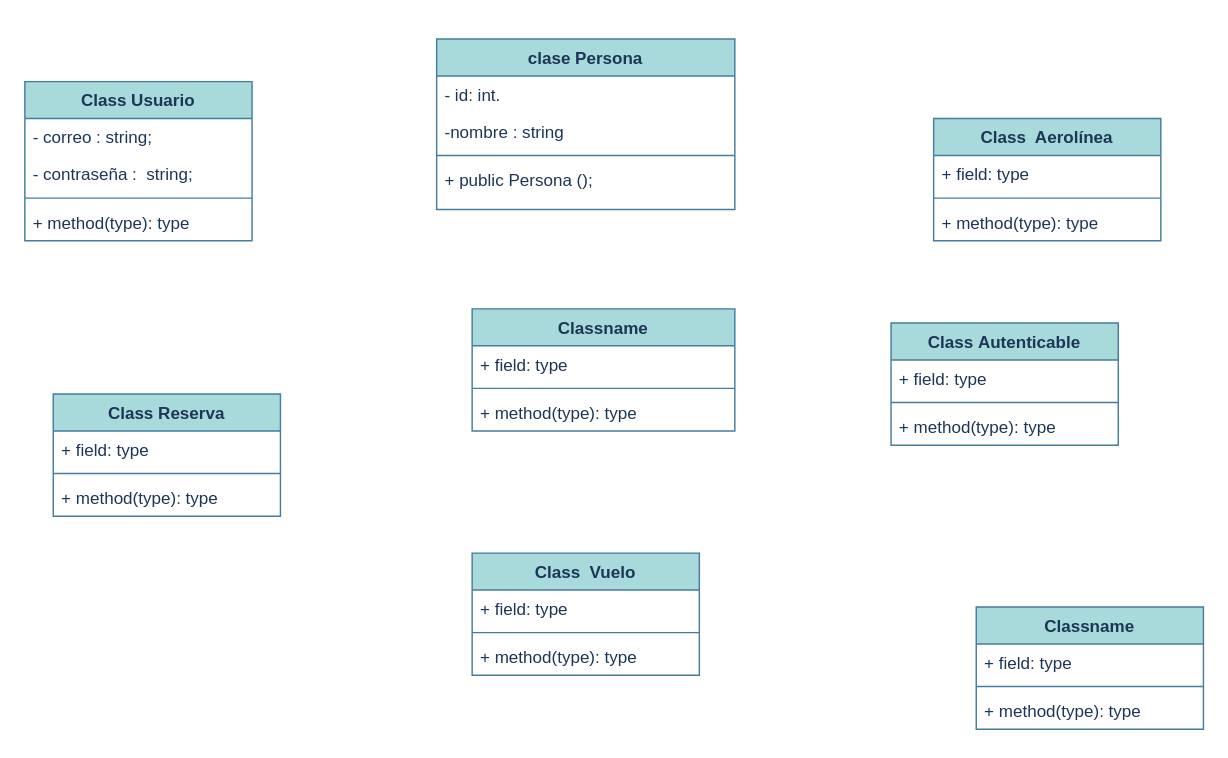
Above: src/Diagrama sin título.drawio in Mariayey12/EJERCICIOWORKSHOPPROGRAMACIONORIENTADA-OBJECTOS (draw.io), before the change. Source tidied: cells renumbered, new cells numbered last; positions are measured from the earlier drawing's top-left corner, leaving out a move shared by most shapes. Both pictures are drawn from the tidied source at 142%, with x=0, y=0 at pixel (24, 38).
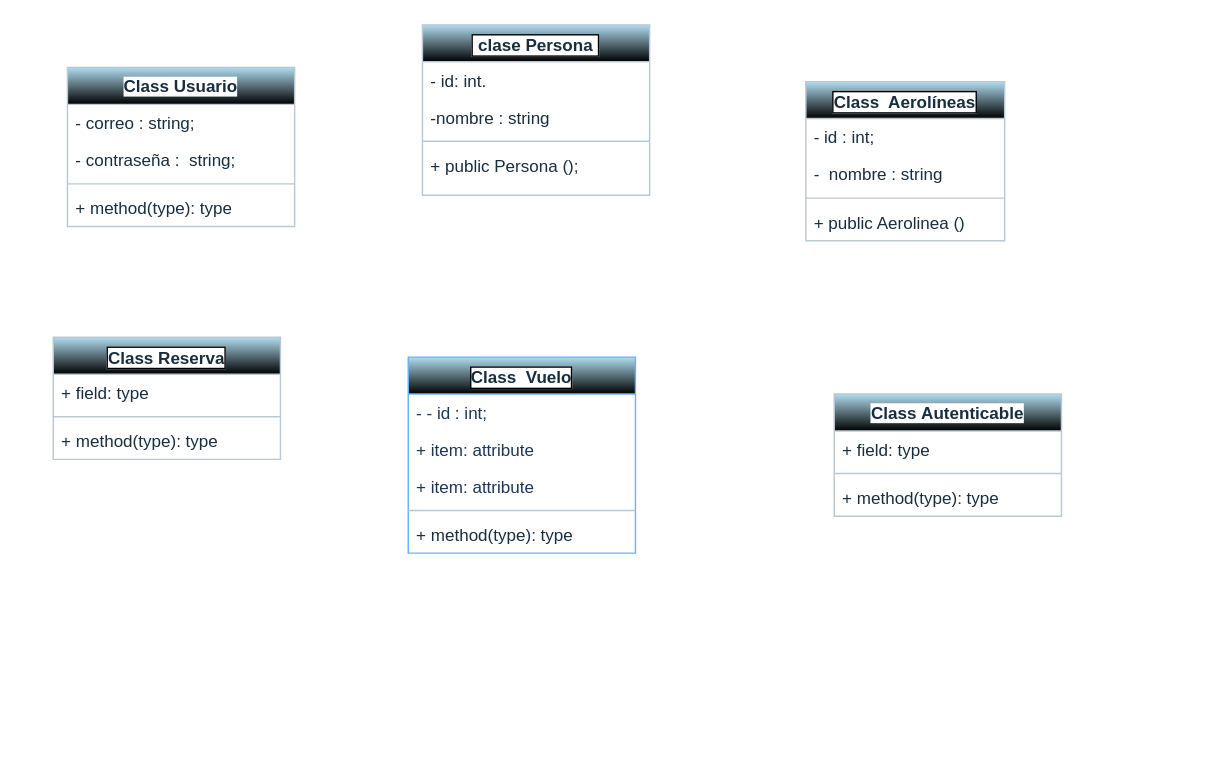
After the change.

Change to the diagram source:
```diff
@@
-<mxGraphModel background="#ffffff">
+<mxGraphModel>
@@
-    <mxCell id="2" value="&amp;nbsp;clase Persona&amp;nbsp;" style="swimlane;fontStyle=1;align=center;verticalAlign=top;horizontal=1;startSize=26;whiteSpace=wrap;html=1;labelBackgroundColor=none;fillColor=#A8DADC;strokeColor=#457B9D;fontColor=#1D3557;" parent="1" vertex="1">
-      <mxGeometry x="290" width="210" height="120" as="geometry" />
+    <mxCell id="2" value="&amp;nbsp;clase Persona&amp;nbsp;" style="swimlane;fontStyle=1;align=center;verticalAlign=top;horizontal=1;startSize=26;labelBackgroundColor=default;fillColor=#B1DDF0;strokeColor=#BAC8D3;fontColor=#182E3E;html=1;whiteSpace=wrap;labelBorderColor=default;gradientColor=default;" parent="1" vertex="1">
+      <mxGeometry x="280" y="-10" width="160" height="120" as="geometry" />
     </mxCell>
-    <mxCell id="3" value="- id: int." style="text;strokeColor=none;fillColor=none;align=left;verticalAlign=top;spacingLeft=4;spacingRight=4;overflow=hidden;whiteSpace=wrap;html=1;labelBackgroundColor=none;fontColor=#1D3557;" parent="2" vertex="1">
-      <mxGeometry y="26" width="210" height="26" as="geometry" />
+    <mxCell id="3" value="- id: int." style="text;strokeColor=none;fillColor=none;align=left;verticalAlign=top;spacingLeft=4;spacingRight=4;overflow=hidden;whiteSpace=wrap;html=1;labelBackgroundColor=none;fontColor=#182E3E;" parent="2" vertex="1">
+      <mxGeometry y="26" width="160" height="26" as="geometry" />
     </mxCell>
-    <mxCell id="4" value="-nombre :&amp;nbsp;string" style="text;strokeColor=none;fillColor=none;align=left;verticalAlign=top;spacingLeft=4;spacingRight=4;overflow=hidden;whiteSpace=wrap;html=1;labelBackgroundColor=none;fontColor=#1D3557;" parent="2" vertex="1">
-      <mxGeometry y="52" width="210" height="26" as="geometry" />
+    <mxCell id="4" value="-nombre :&amp;nbsp;string" style="text;strokeColor=none;fillColor=none;align=left;verticalAlign=top;spacingLeft=4;spacingRight=4;overflow=hidden;whiteSpace=wrap;html=1;labelBackgroundColor=none;fontColor=#182E3E;" parent="2" vertex="1">
+      <mxGeometry y="52" width="160" height="26" as="geometry" />
     </mxCell>
-    <mxCell id="5" style="line;strokeWidth=1;fillColor=none;align=left;verticalAlign=middle;spacingTop=-1;spacingLeft=3;spacingRight=3;labelPosition=right;strokeColor=#457B9D;labelBackgroundColor=none;fontColor=#1D3557;" parent="2" vertex="1">
-      <mxGeometry y="78" width="210" height="8" as="geometry" />
+    <mxCell id="5" style="line;strokeWidth=1;fillColor=none;align=left;verticalAlign=middle;spacingTop=-1;spacingLeft=3;spacingRight=3;labelPosition=right;strokeColor=#BAC8D3;labelBackgroundColor=none;fontColor=#182E3E;" parent="2" vertex="1">
+      <mxGeometry y="78" width="160" height="8" as="geometry" />
     </mxCell>
-    <mxCell id="6" value="+ public Persona ();&amp;nbsp;&amp;nbsp;" style="text;strokeColor=none;fillColor=none;align=left;verticalAlign=top;spacingLeft=4;spacingRight=4;overflow=hidden;whiteSpace=wrap;html=1;labelBackgroundColor=none;fontColor=#1D3557;" parent="2" vertex="1">
-      <mxGeometry y="86" width="210" height="34" as="geometry" />
+    <mxCell id="6" value="+ public Persona ();&amp;nbsp;&amp;nbsp;" style="text;strokeColor=none;fillColor=none;align=left;verticalAlign=top;spacingLeft=4;spacingRight=4;overflow=hidden;whiteSpace=wrap;html=1;labelBackgroundColor=none;fontColor=#182E3E;" parent="2" vertex="1">
+      <mxGeometry y="86" width="160" height="34" as="geometry" />
     </mxCell>
-    <mxCell id="7" value="Class&amp;nbsp;Usuario " style="swimlane;fontStyle=1;align=center;verticalAlign=top;horizontal=1;startSize=26;whiteSpace=wrap;html=1;strokeColor=#457B9D;fontColor=#1D3557;fillColor=#A8DADC;labelBackgroundColor=none;" parent="1" vertex="1">
-      <mxGeometry y="30" width="160" height="112" as="geometry" />
+    <mxCell id="7" value="Class&amp;nbsp;Usuario " style="swimlane;fontStyle=1;align=center;verticalAlign=top;horizontal=1;startSize=26;whiteSpace=wrap;html=1;strokeColor=#BAC8D3;fontColor=#182E3E;fillColor=#B1DDF0;labelBackgroundColor=default;gradientColor=default;" parent="1" vertex="1">
+      <mxGeometry x="30" y="20" width="160" height="112" as="geometry" />
     </mxCell>
-    <mxCell id="8" value="- correo : string;" style="text;strokeColor=none;fillColor=none;align=left;verticalAlign=top;spacingLeft=4;spacingRight=4;overflow=hidden;whiteSpace=wrap;html=1;fontColor=#1D3557;labelBackgroundColor=none;" parent="7" vertex="1">
+    <mxCell id="8" value="- correo : string;" style="text;strokeColor=none;fillColor=none;align=left;verticalAlign=top;spacingLeft=4;spacingRight=4;overflow=hidden;whiteSpace=wrap;html=1;fontColor=#182E3E;labelBackgroundColor=none;" parent="7" vertex="1">
       <mxGeometry y="26" width="160" height="26" as="geometry" />
     </mxCell>
-    <mxCell id="9" value="- contraseña :&amp;nbsp; string;" style="text;strokeColor=none;fillColor=none;align=left;verticalAlign=top;spacingLeft=4;spacingRight=4;overflow=hidden;whiteSpace=wrap;html=1;fontColor=#1D3557;" parent="7" vertex="1">
+    <mxCell id="9" value="- contraseña :&amp;nbsp; string;" style="text;strokeColor=none;fillColor=none;align=left;verticalAlign=top;spacingLeft=4;spacingRight=4;overflow=hidden;whiteSpace=wrap;html=1;fontColor=#182E3E;labelBackgroundColor=none;" parent="7" vertex="1">
       <mxGeometry y="52" width="160" height="26" as="geometry" />
     </mxCell>
-    <mxCell id="10" style="line;strokeWidth=1;fillColor=none;align=left;verticalAlign=middle;spacingTop=-1;spacingLeft=3;spacingRight=3;labelPosition=right;strokeColor=#457B9D;fontColor=#1D3557;labelBackgroundColor=none;" parent="7" vertex="1">
+    <mxCell id="10" style="line;strokeWidth=1;fillColor=none;align=left;verticalAlign=middle;spacingTop=-1;spacingLeft=3;spacingRight=3;labelPosition=right;strokeColor=#BAC8D3;fontColor=#182E3E;labelBackgroundColor=none;" parent="7" vertex="1">
       <mxGeometry y="78" width="160" height="8" as="geometry" />
     </mxCell>
-    <mxCell id="11" value="+ method(type): type" style="text;strokeColor=none;fillColor=none;align=left;verticalAlign=top;spacingLeft=4;spacingRight=4;overflow=hidden;whiteSpace=wrap;html=1;fontColor=#1D3557;labelBackgroundColor=none;" parent="7" vertex="1">
+    <mxCell id="11" value="+ method(type): type" style="text;strokeColor=none;fillColor=none;align=left;verticalAlign=top;spacingLeft=4;spacingRight=4;overflow=hidden;whiteSpace=wrap;html=1;fontColor=#182E3E;labelBackgroundColor=none;" parent="7" vertex="1">
       <mxGeometry y="86" width="160" height="26" as="geometry" />
     </mxCell>
-    <mxCell id="12" value="Class&amp;nbsp; Vuelo " style="swimlane;fontStyle=1;align=center;verticalAlign=top;horizontal=1;startSize=26;whiteSpace=wrap;html=1;strokeColor=#457B9D;fontColor=#1D3557;fillColor=#A8DADC;labelBackgroundColor=none;" parent="1" vertex="1">
-      <mxGeometry x="315" y="362" width="160" height="86" as="geometry" />
+    <mxCell id="12" value="Class&amp;nbsp; Vuelo " style="swimlane;fontStyle=1;align=center;verticalAlign=top;horizontal=1;startSize=26;whiteSpace=wrap;html=1;strokeColor=#66B2FF;fontColor=#182E3E;fillColor=#B1DDF0;labelBackgroundColor=default;labelBorderColor=default;gradientColor=default;" parent="1" vertex="1">
+      <mxGeometry x="270" y="224" width="160" height="138" as="geometry" />
     </mxCell>
-    <mxCell id="13" value="+ field: type" style="text;strokeColor=none;fillColor=none;align=left;verticalAlign=top;spacingLeft=4;spacingRight=4;overflow=hidden;whiteSpace=wrap;html=1;fontColor=#1D3557;labelBackgroundColor=none;" parent="12" vertex="1">
-      <mxGeometry y="26" width="160" height="26" as="geometry" />
-    </mxCell>
+    <mxCell id="36" value="-&amp;nbsp;- id : int;" style="text;strokeColor=none;fillColor=none;align=left;verticalAlign=top;spacingLeft=4;spacingRight=4;overflow=hidden;whiteSpace=wrap;html=1;fontColor=#1D3557;" parent="12" vertex="1">
+      <mxGeometry y="26" width="160" height="26" as="geometry" />
+    </mxCell>
+    <mxCell id="37" value="+ item: attribute" style="text;strokeColor=none;fillColor=none;align=left;verticalAlign=top;spacingLeft=4;spacingRight=4;overflow=hidden;whiteSpace=wrap;html=1;fontColor=#1D3557;" parent="12" vertex="1">
+      <mxGeometry y="52" width="160" height="26" as="geometry" />
+    </mxCell>
+    <mxCell id="38" value="+ item: attribute" style="text;strokeColor=none;fillColor=none;align=left;verticalAlign=top;spacingLeft=4;spacingRight=4;overflow=hidden;whiteSpace=wrap;html=1;fontColor=#1D3557;" parent="12" vertex="1">
+      <mxGeometry y="78" width="160" height="26" as="geometry" />
+    </mxCell>
-    <mxCell id="14" style="line;strokeWidth=1;fillColor=none;align=left;verticalAlign=middle;spacingTop=-1;spacingLeft=3;spacingRight=3;labelPosition=right;strokeColor=#457B9D;fontColor=#1D3557;labelBackgroundColor=none;" parent="12" vertex="1">
-      <mxGeometry y="52" width="160" height="8" as="geometry" />
+    <mxCell id="14" style="line;strokeWidth=1;fillColor=none;align=left;verticalAlign=middle;spacingTop=-1;spacingLeft=3;spacingRight=3;labelPosition=right;strokeColor=#BAC8D3;fontColor=#182E3E;labelBackgroundColor=none;" parent="12" vertex="1">
+      <mxGeometry y="104" width="160" height="8" as="geometry" />
     </mxCell>
-    <mxCell id="15" value="+ method(type): type" style="text;strokeColor=none;fillColor=none;align=left;verticalAlign=top;spacingLeft=4;spacingRight=4;overflow=hidden;whiteSpace=wrap;html=1;fontColor=#1D3557;labelBackgroundColor=none;" parent="12" vertex="1">
-      <mxGeometry y="60" width="160" height="26" as="geometry" />
+    <mxCell id="15" value="+ method(type): type" style="text;strokeColor=none;fillColor=none;align=left;verticalAlign=top;spacingLeft=4;spacingRight=4;overflow=hidden;whiteSpace=wrap;html=1;fontColor=#182E3E;labelBackgroundColor=none;" parent="12" vertex="1">
+      <mxGeometry y="112" width="160" height="26" as="geometry" />
     </mxCell>
-    <mxCell id="16" value="Class&amp;nbsp; Aerolínea" style="swimlane;fontStyle=1;align=center;verticalAlign=top;horizontal=1;startSize=26;whiteSpace=wrap;html=1;strokeColor=#457B9D;fontColor=#1D3557;fillColor=#A8DADC;labelBackgroundColor=none;" parent="1" vertex="1">
-      <mxGeometry x="640" y="56" width="160" height="86" as="geometry" />
+    <mxCell id="16" value="Class&amp;nbsp; Aerolíneas" style="swimlane;fontStyle=1;align=center;verticalAlign=top;horizontal=1;startSize=26;whiteSpace=wrap;html=1;strokeColor=#BAC8D3;fontColor=#182E3E;fillColor=#B1DDF0;labelBackgroundColor=default;labelBorderColor=default;gradientColor=default;swimlaneFillColor=none;" parent="1" vertex="1">
+      <mxGeometry x="550" y="30" width="140" height="112" as="geometry" />
     </mxCell>
-    <mxCell id="17" value="+ field: type" style="text;strokeColor=none;fillColor=none;align=left;verticalAlign=top;spacingLeft=4;spacingRight=4;overflow=hidden;whiteSpace=wrap;html=1;fontColor=#1D3557;labelBackgroundColor=none;" parent="16" vertex="1">
-      <mxGeometry y="26" width="160" height="26" as="geometry" />
+    <mxCell id="17" value="- id : int;" style="text;strokeColor=none;fillColor=none;align=left;verticalAlign=top;spacingLeft=4;spacingRight=4;overflow=hidden;whiteSpace=wrap;html=1;fontColor=#182E3E;labelBackgroundColor=none;" parent="16" vertex="1">
+      <mxGeometry y="26" width="140" height="26" as="geometry" />
     </mxCell>
+    <mxCell id="39" value="-&amp;nbsp;&amp;nbsp;nombre : string " style="text;strokeColor=none;fillColor=none;align=left;verticalAlign=top;spacingLeft=4;spacingRight=4;overflow=hidden;whiteSpace=wrap;html=1;fontColor=#182E3E;labelBackgroundColor=none;" parent="16" vertex="1">
+      <mxGeometry y="52" width="140" height="26" as="geometry" />
+    </mxCell>
-    <mxCell id="18" style="line;strokeWidth=1;fillColor=none;align=left;verticalAlign=middle;spacingTop=-1;spacingLeft=3;spacingRight=3;labelPosition=right;strokeColor=#457B9D;fontColor=#1D3557;labelBackgroundColor=none;" parent="16" vertex="1">
-      <mxGeometry y="52" width="160" height="8" as="geometry" />
+    <mxCell id="18" style="line;strokeWidth=1;fillColor=none;align=left;verticalAlign=middle;spacingTop=-1;spacingLeft=3;spacingRight=3;labelPosition=right;strokeColor=#BAC8D3;fontColor=#182E3E;labelBackgroundColor=none;" parent="16" vertex="1">
+      <mxGeometry y="78" width="140" height="8" as="geometry" />
     </mxCell>
-    <mxCell id="19" value="+ method(type): type" style="text;strokeColor=none;fillColor=none;align=left;verticalAlign=top;spacingLeft=4;spacingRight=4;overflow=hidden;whiteSpace=wrap;html=1;fontColor=#1D3557;labelBackgroundColor=none;" parent="16" vertex="1">
-      <mxGeometry y="60" width="160" height="26" as="geometry" />
+    <mxCell id="19" value="+ public Aerolinea ()" style="text;strokeColor=none;fillColor=none;align=left;verticalAlign=top;spacingLeft=4;spacingRight=4;overflow=hidden;whiteSpace=wrap;html=1;fontColor=#182E3E;labelBackgroundColor=none;" parent="16" vertex="1">
+      <mxGeometry y="86" width="140" height="26" as="geometry" />
     </mxCell>
-    <mxCell id="20" value="Class&amp;nbsp;Reserva " style="swimlane;fontStyle=1;align=center;verticalAlign=top;horizontal=1;startSize=26;whiteSpace=wrap;html=1;strokeColor=#457B9D;fontColor=#1D3557;fillColor=#A8DADC;" parent="1" vertex="1">
-      <mxGeometry x="20" y="250" width="160" height="86" as="geometry" />
+    <mxCell id="20" value="Class&amp;nbsp;Reserva " style="swimlane;fontStyle=1;align=center;verticalAlign=top;horizontal=1;startSize=26;whiteSpace=wrap;html=1;strokeColor=#BAC8D3;fontColor=#182E3E;fillColor=#B1DDF0;labelBackgroundColor=default;labelBorderColor=default;gradientColor=default;" parent="1" vertex="1">
+      <mxGeometry x="20" y="210" width="160" height="86" as="geometry" />
     </mxCell>
-    <mxCell id="21" value="+ field: type" style="text;strokeColor=none;fillColor=none;align=left;verticalAlign=top;spacingLeft=4;spacingRight=4;overflow=hidden;whiteSpace=wrap;html=1;fontColor=#1D3557;" parent="20" vertex="1">
+    <mxCell id="21" value="+ field: type" style="text;strokeColor=none;fillColor=none;align=left;verticalAlign=top;spacingLeft=4;spacingRight=4;overflow=hidden;whiteSpace=wrap;html=1;fontColor=#182E3E;labelBackgroundColor=none;" parent="20" vertex="1">
       <mxGeometry y="26" width="160" height="26" as="geometry" />
     </mxCell>
-    <mxCell id="22" style="line;strokeWidth=1;fillColor=none;align=left;verticalAlign=middle;spacingTop=-1;spacingLeft=3;spacingRight=3;labelPosition=right;strokeColor=inherit;fontColor=#1D3557;" parent="20" vertex="1">
+    <mxCell id="22" style="line;strokeWidth=1;fillColor=none;align=left;verticalAlign=middle;spacingTop=-1;spacingLeft=3;spacingRight=3;labelPosition=right;strokeColor=#BAC8D3;fontColor=#182E3E;labelBackgroundColor=none;" parent="20" vertex="1">
       <mxGeometry y="52" width="160" height="8" as="geometry" />
     </mxCell>
-    <mxCell id="23" value="+ method(type): type" style="text;strokeColor=none;fillColor=none;align=left;verticalAlign=top;spacingLeft=4;spacingRight=4;overflow=hidden;whiteSpace=wrap;html=1;fontColor=#1D3557;" parent="20" vertex="1">
+    <mxCell id="23" value="+ method(type): type" style="text;strokeColor=none;fillColor=none;align=left;verticalAlign=top;spacingLeft=4;spacingRight=4;overflow=hidden;whiteSpace=wrap;html=1;fontColor=#182E3E;labelBackgroundColor=none;" parent="20" vertex="1">
       <mxGeometry y="60" width="160" height="26" as="geometry" />
     </mxCell>
-    <mxCell id="24" value="Class&amp;nbsp;Autenticable " style="swimlane;fontStyle=1;align=center;verticalAlign=top;horizontal=1;startSize=26;whiteSpace=wrap;html=1;strokeColor=#457B9D;fontColor=#1D3557;fillColor=#A8DADC;" parent="1" vertex="1">
-      <mxGeometry x="610" y="200" width="160" height="86" as="geometry" />
+    <mxCell id="24" value="Class&amp;nbsp;Autenticable " style="swimlane;fontStyle=1;align=center;verticalAlign=top;horizontal=1;startSize=26;whiteSpace=wrap;html=1;strokeColor=#BAC8D3;fontColor=#182E3E;fillColor=#B1DDF0;labelBackgroundColor=default;gradientColor=default;" parent="1" vertex="1">
+      <mxGeometry x="570" y="250" width="160" height="86" as="geometry" />
     </mxCell>
-    <mxCell id="25" value="+ field: type" style="text;strokeColor=none;fillColor=none;align=left;verticalAlign=top;spacingLeft=4;spacingRight=4;overflow=hidden;whiteSpace=wrap;html=1;fontColor=#1D3557;" parent="24" vertex="1">
+    <mxCell id="25" value="+ field: type" style="text;strokeColor=none;fillColor=none;align=left;verticalAlign=top;spacingLeft=4;spacingRight=4;overflow=hidden;whiteSpace=wrap;html=1;fontColor=#182E3E;labelBackgroundColor=none;" parent="24" vertex="1">
       <mxGeometry y="26" width="160" height="26" as="geometry" />
     </mxCell>
-    <mxCell id="26" style="line;strokeWidth=1;fillColor=none;align=left;verticalAlign=middle;spacingTop=-1;spacingLeft=3;spacingRight=3;labelPosition=right;strokeColor=inherit;fontColor=#1D3557;" parent="24" vertex="1">
+    <mxCell id="26" style="line;strokeWidth=1;fillColor=none;align=left;verticalAlign=middle;spacingTop=-1;spacingLeft=3;spacingRight=3;labelPosition=right;strokeColor=#BAC8D3;fontColor=#182E3E;labelBackgroundColor=none;" parent="24" vertex="1">
       <mxGeometry y="52" width="160" height="8" as="geometry" />
     </mxCell>
-    <mxCell id="27" value="+ method(type): type" style="text;strokeColor=none;fillColor=none;align=left;verticalAlign=top;spacingLeft=4;spacingRight=4;overflow=hidden;whiteSpace=wrap;html=1;fontColor=#1D3557;" parent="24" vertex="1">
+    <mxCell id="27" value="+ method(type): type" style="text;strokeColor=none;fillColor=none;align=left;verticalAlign=top;spacingLeft=4;spacingRight=4;overflow=hidden;whiteSpace=wrap;html=1;fontColor=#182E3E;labelBackgroundColor=none;" parent="24" vertex="1">
       <mxGeometry y="60" width="160" height="26" as="geometry" />
     </mxCell>
-    <mxCell id="28" value="Classname" style="swimlane;fontStyle=1;align=center;verticalAlign=top;horizontal=1;startSize=26;whiteSpace=wrap;html=1;strokeColor=#457B9D;fontColor=#1D3557;fillColor=#A8DADC;" parent="1" vertex="1">
-      <mxGeometry x="315" y="190" width="185" height="86" as="geometry" />
-    </mxCell>
-    <mxCell id="29" value="+ field: type" style="text;strokeColor=none;fillColor=none;align=left;verticalAlign=top;spacingLeft=4;spacingRight=4;overflow=hidden;whiteSpace=wrap;html=1;fontColor=#1D3557;" parent="28" vertex="1">
-      <mxGeometry y="26" width="185" height="26" as="geometry" />
-    </mxCell>
-    <mxCell id="30" style="line;strokeWidth=1;fillColor=none;align=left;verticalAlign=middle;spacingTop=-1;spacingLeft=3;spacingRight=3;labelPosition=right;strokeColor=inherit;fontColor=#1D3557;" parent="28" vertex="1">
-      <mxGeometry y="52" width="185" height="8" as="geometry" />
-    </mxCell>
-    <mxCell id="31" value="+ method(type): type" style="text;strokeColor=none;fillColor=none;align=left;verticalAlign=top;spacingLeft=4;spacingRight=4;overflow=hidden;whiteSpace=wrap;html=1;fontColor=#1D3557;" parent="28" vertex="1">
-      <mxGeometry y="60" width="185" height="26" as="geometry" />
-    </mxCell>
-    <mxCell id="32" value="Classname" style="swimlane;fontStyle=1;align=center;verticalAlign=top;horizontal=1;startSize=26;whiteSpace=wrap;html=1;strokeColor=#457B9D;fontColor=#1D3557;fillColor=#A8DADC;" parent="1" vertex="1">
-      <mxGeometry x="670" y="400" width="160" height="86" as="geometry" />
-    </mxCell>
-    <mxCell id="33" value="+ field: type" style="text;strokeColor=none;fillColor=none;align=left;verticalAlign=top;spacingLeft=4;spacingRight=4;overflow=hidden;whiteSpace=wrap;html=1;fontColor=#1D3557;" parent="32" vertex="1">
-      <mxGeometry y="26" width="160" height="26" as="geometry" />
-    </mxCell>
-    <mxCell id="34" style="line;strokeWidth=1;fillColor=none;align=left;verticalAlign=middle;spacingTop=-1;spacingLeft=3;spacingRight=3;labelPosition=right;strokeColor=inherit;fontColor=#1D3557;" parent="32" vertex="1">
-      <mxGeometry y="52" width="160" height="8" as="geometry" />
-    </mxCell>
-    <mxCell id="35" value="+ method(type): type" style="text;strokeColor=none;fillColor=none;align=left;verticalAlign=top;spacingLeft=4;spacingRight=4;overflow=hidden;whiteSpace=wrap;html=1;fontColor=#1D3557;" parent="32" vertex="1">
-      <mxGeometry y="60" width="160" height="26" as="geometry" />
-    </mxCell>
```
